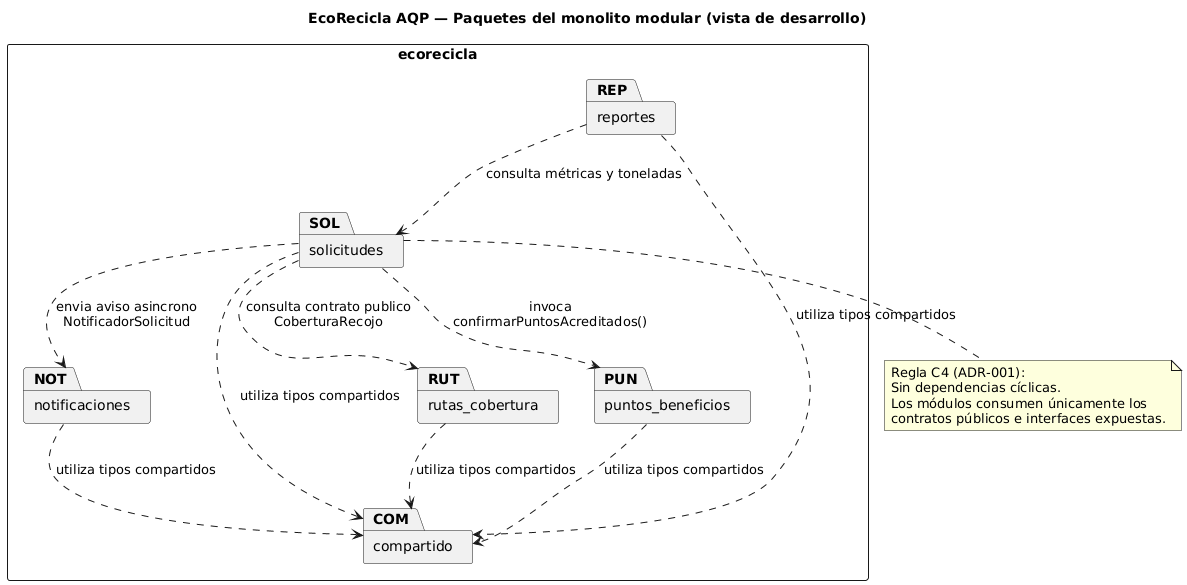
Before: docs/design/img/paquetes.png, a diagram exported from PlantUML (SharonCondoriUNSA/cs-2026b-lab04-grupo10). Source of this version:
```plantuml
@startuml
skinparam shadowing false
skinparam defaultFontName Arial
skinparam packageStyle rectangle

title EcoRecicla AQP — Paquetes del monolito modular (vista de desarrollo)

package "ecorecicla" {
    package "solicitudes" as SOL
    package "rutas_cobertura" as RUT
    package "puntos_beneficios" as PUN
    package "reportes" as REP
    package "notificaciones" as NOT
    package "compartido" as COM
}

SOL ..> RUT : consulta contrato publico\nCoberturaRecojo
SOL ..> PUN : invoca\nconfirmarPuntosAcreditados()
SOL ..> NOT : envia aviso asincrono\nNotificadorSolicitud
SOL ..> COM : utiliza tipos compartidos

REP ..> SOL : consulta métricas y toneladas
RUT ..> COM : utiliza tipos compartidos
PUN ..> COM : utiliza tipos compartidos
NOT ..> COM : utiliza tipos compartidos
REP ..> COM : utiliza tipos compartidos

note bottom of SOL
  Regla C4 (ADR-001):
  Sin dependencias cíclicas.
  Los módulos consumen únicamente los
  contratos públicos e interfaces expuestas.
end note
@enduml
```
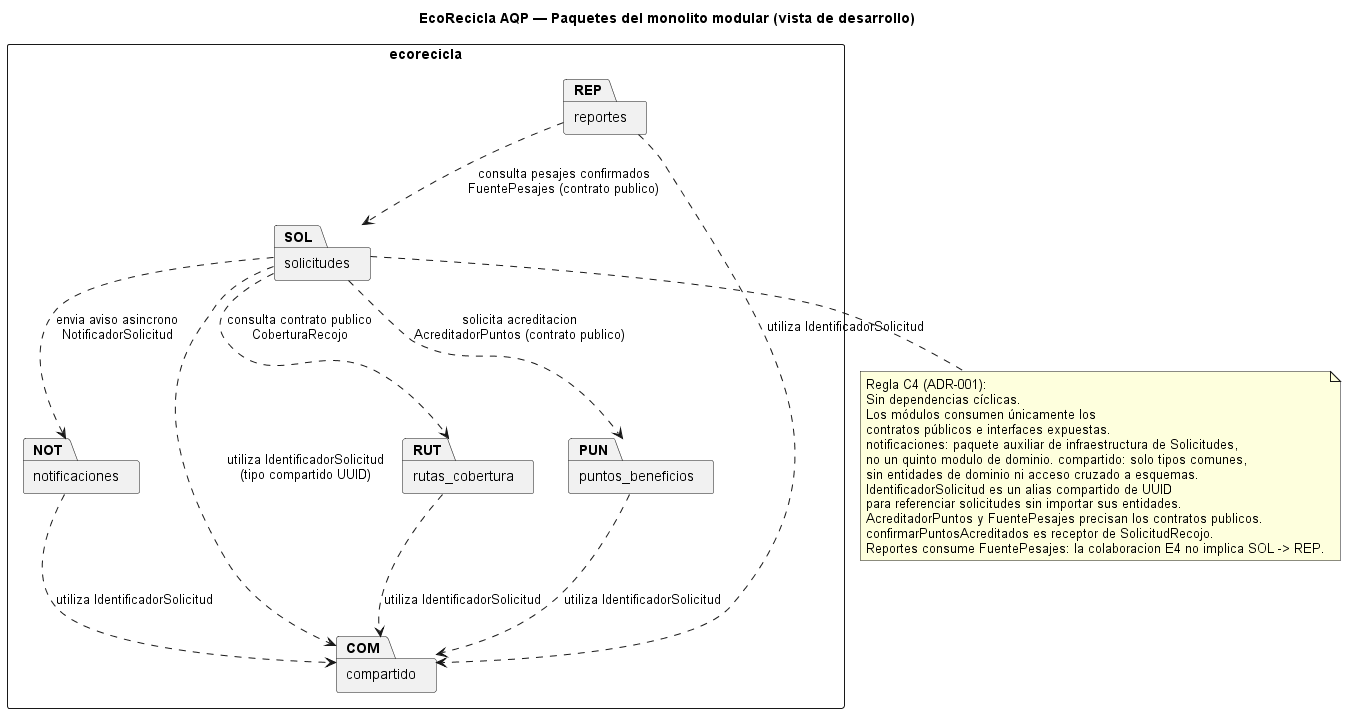
After the change.

Commit message:
E5: corregir contratos y mejorar documentación de paquetes

Change to the diagram source:
```diff
@@ -1,4 +1,4 @@
-@startuml
+@startuml paquetes
 skinparam shadowing false
 skinparam defaultFontName Arial
 skinparam packageStyle rectangle
@@ -15,20 +15,29 @@
 }
 
 SOL ..> RUT : consulta contrato publico\nCoberturaRecojo
-SOL ..> PUN : invoca\nconfirmarPuntosAcreditados()
+SOL ..> PUN : solicita acreditacion\nAcreditadorPuntos (contrato publico)
 SOL ..> NOT : envia aviso asincrono\nNotificadorSolicitud
-SOL ..> COM : utiliza tipos compartidos
+SOL ..> COM : utiliza IdentificadorSolicitud\n(tipo compartido UUID)
 
-REP ..> SOL : consulta métricas y toneladas
-RUT ..> COM : utiliza tipos compartidos
-PUN ..> COM : utiliza tipos compartidos
-NOT ..> COM : utiliza tipos compartidos
-REP ..> COM : utiliza tipos compartidos
+REP ..> SOL : consulta pesajes confirmados\nFuentePesajes (contrato publico)
+RUT ..> COM : utiliza IdentificadorSolicitud
+PUN ..> COM : utiliza IdentificadorSolicitud
+NOT ..> COM : utiliza IdentificadorSolicitud
+REP ..> COM : utiliza IdentificadorSolicitud
 
 note bottom of SOL
   Regla C4 (ADR-001):
   Sin dependencias cíclicas.
   Los módulos consumen únicamente los
   contratos públicos e interfaces expuestas.
+  notificaciones: paquete auxiliar de infraestructura de Solicitudes,
+  no un quinto modulo de dominio. compartido: solo tipos comunes,
+  sin entidades de dominio ni acceso cruzado a esquemas.
+  IdentificadorSolicitud es un alias compartido de UUID
+  para referenciar solicitudes sin importar sus entidades.
+  AcreditadorPuntos y FuentePesajes precisan los contratos publicos.
+  confirmarPuntosAcreditados es receptor de SolicitudRecojo.
+  Reportes consume FuentePesajes: la colaboracion E4 no implica SOL -> REP.
 end note
+
 @enduml
```
